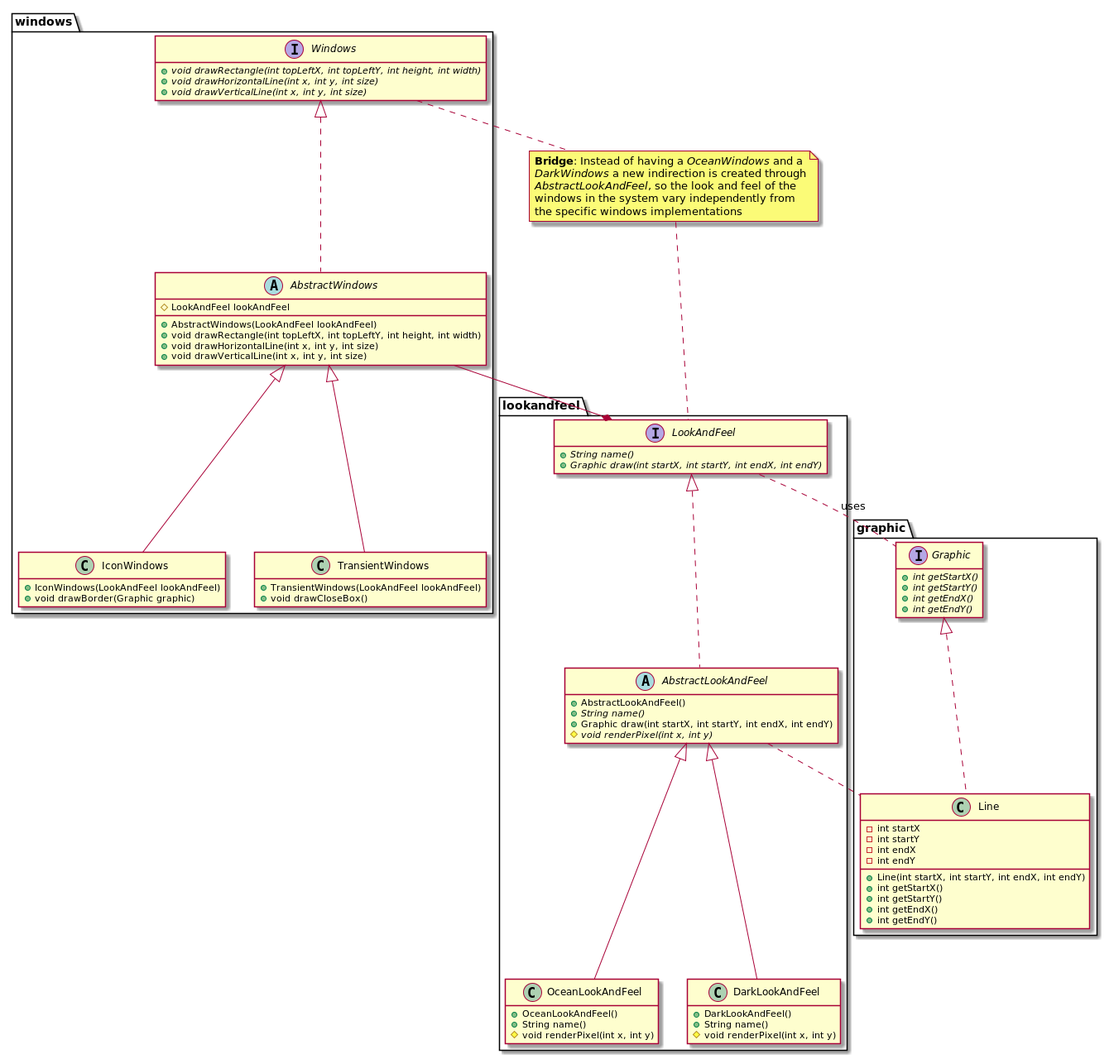
Earlier version of the PlantUML export DesignPatternsElementsOfReusableObjectOrientesSoftware/Chapter04/Bridge/image/code_class_design.png (lealceldeiro/gems). The source it was exported from:
```plantuml
@startuml
package graphic {
    interface Graphic {
        + {abstract} int getStartX()
        + {abstract} int getStartY()
        + {abstract} int getEndX()
        + {abstract} int getEndY()
    }

    class Line implements Graphic {
        - int startX
        - int startY
        - int endX
        - int endY

        + Line(int startX, int startY, int endX, int endY)
        + int getStartX()
        + int getStartY()
        + int getEndX()
        + int getEndY()
    }
}

package lookandfeel {
    interface LookAndFeel {
        + {abstract} String name()
        + {abstract} Graphic draw(int startX, int startY, int endX, int endY)
    }

    LookAndFeel .. Graphic : uses

    abstract class AbstractLookAndFeel implements LookAndFeel {
        + AbstractLookAndFeel()
        + {abstract} String name()
        + Graphic draw(int startX, int startY, int endX, int endY)
        # {abstract} void renderPixel(int x, int y)
    }
    AbstractLookAndFeel .. Line

    class OceanLookAndFeel extends AbstractLookAndFeel {
        + OceanLookAndFeel()
        + String name()
        # void renderPixel(int x, int y)
    }

    class DarkLookAndFeel extends AbstractLookAndFeel {
        + DarkLookAndFeel()
        + String name()
        # void renderPixel(int x, int y)
    }
}

package windows {
    interface Windows {
        + {abstract} void drawRectangle(int topLeftX, int topLeftY, int height, int width)
        + {abstract} void drawHorizontalLine(int x, int y, int size)
        + {abstract} void drawVerticalLine(int x, int y, int size)
    }

    abstract class AbstractWindows implements Windows {
        # LookAndFeel lookAndFeel

        + AbstractWindows(LookAndFeel lookAndFeel)
        + void drawRectangle(int topLeftX, int topLeftY, int height, int width)
        + void drawHorizontalLine(int x, int y, int size)
        + void drawVerticalLine(int x, int y, int size)
    }

    AbstractWindows --* LookAndFeel

    class IconWindows extends AbstractWindows {
        + IconWindows(LookAndFeel lookAndFeel)
        + void drawBorder(Graphic graphic)
    }
    class TransientWindows extends AbstractWindows {
        + TransientWindows(LookAndFeel lookAndFeel)
        + void drawCloseBox()
    }
}

note "<b>Bridge</b>: Instead of having a <i>OceanWindows</i> and a\n<i>DarkWindows</i> a new indirection is created through\n<i>AbstractLookAndFeel</i>, so the look and feel of the\nwindows in the system vary independently from\nthe specific windows implementations" as BridgeNote
Windows .. BridgeNote
BridgeNote .. LookAndFeel

hide empty members

@enduml
```
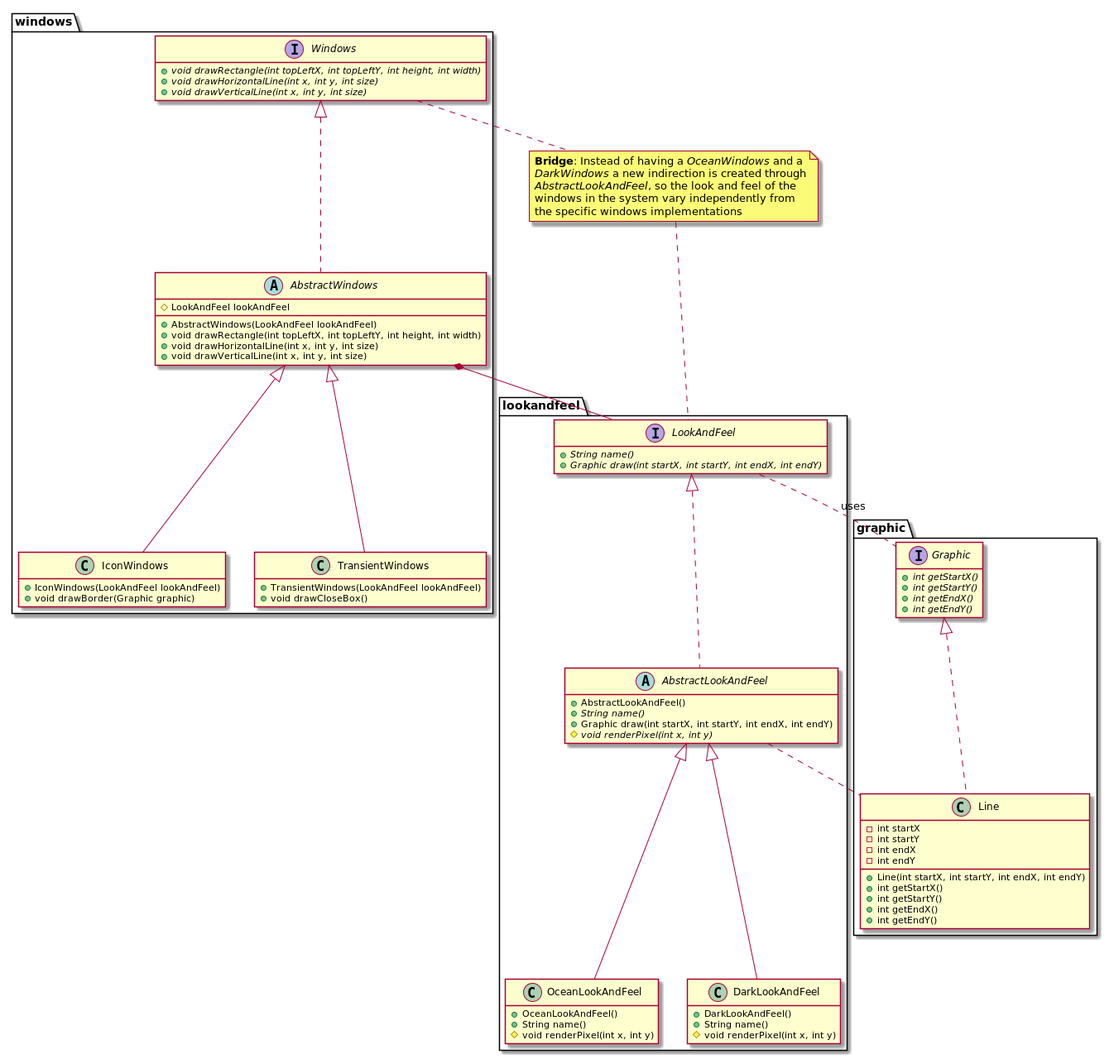
Later version of the same file.

Commit message:
Update class design images

What changed in the source:
```diff
@@ -66,7 +66,7 @@
         + void drawVerticalLine(int x, int y, int size)
     }
 
-    AbstractWindows --* LookAndFeel
+    AbstractWindows *-- LookAndFeel
 
     class IconWindows extends AbstractWindows {
         + IconWindows(LookAndFeel lookAndFeel)
```
